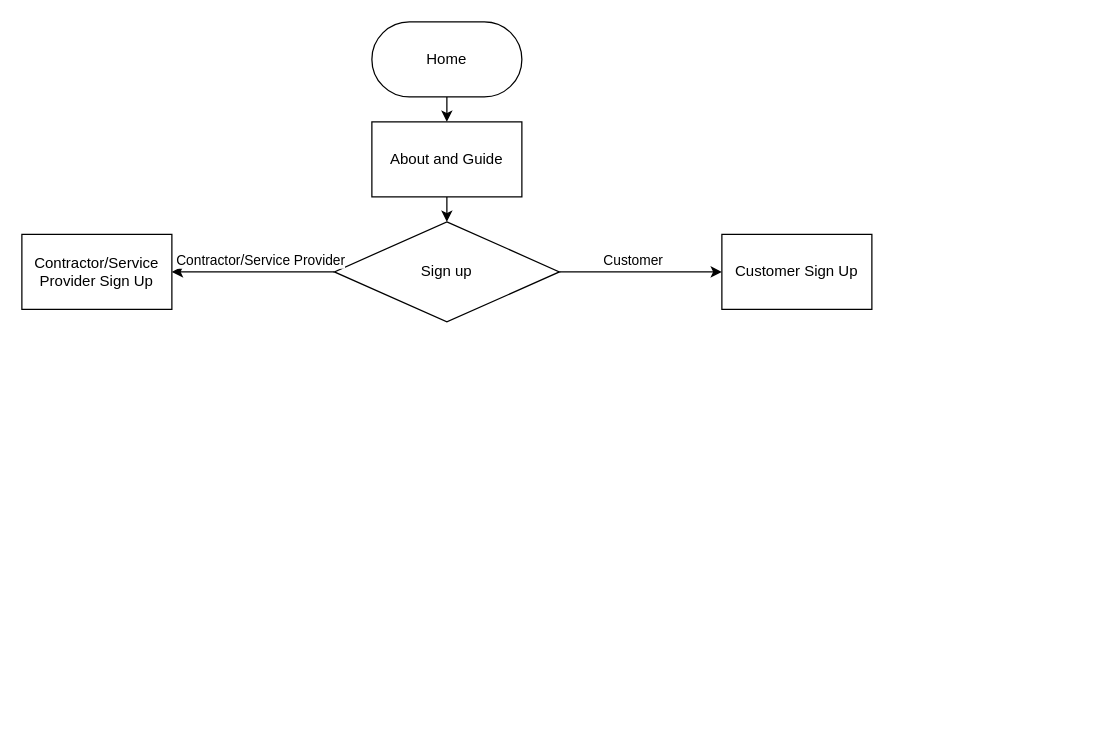
Before: WDT Flowchart.drawio in JussSelenite/JussSelenite, a draw.io diagram. Source tidied: cells renumbered, new cells numbered last; positions are measured from the earlier drawing's top-left corner, leaving out a move shared by most shapes. Both pictures are drawn from the tidied source at 125%, with x=0, y=0 at pixel (21, 21).
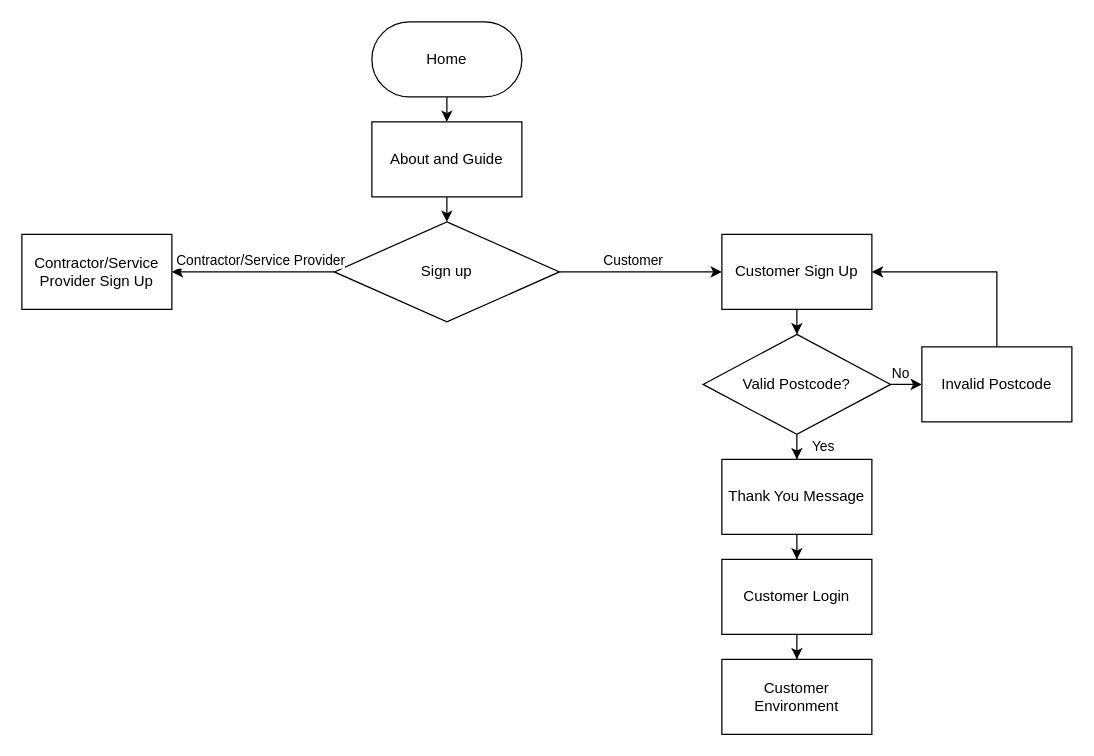
Above is the later version.

Unchanged cells that the change refers to:
```xml
<mxCell id="5" value="Customer Sign Up" style="rounded=0;whiteSpace=wrap;html=1;" parent="1" vertex="1">
  <mxGeometry x="560" y="170" width="120" height="60" as="geometry" />
</mxCell>
```

What changed in the source:
```diff
@@
+    <mxCell id="13" style="edgeStyle=orthogonalEdgeStyle;rounded=0;jettySize=auto;html=1;" parent="1" edge="1" source="5" target="18">
+      <mxGeometry relative="1" as="geometry" />
+    </mxCell>
@@
+    <mxCell id="14" style="edgeStyle=orthogonalEdgeStyle;rounded=0;jettySize=auto;html=1;" parent="1" edge="1" source="18" target="19">
+      <mxGeometry relative="1" as="geometry" />
+    </mxCell>
+    <mxCell id="15" value="No" style="edgeLabel;html=1;align=center;verticalAlign=middle;" parent="14" vertex="1">
+      <mxGeometry x="0.36" relative="1" as="geometry">
+        <mxPoint y="-10" as="offset" />
+      </mxGeometry>
+    </mxCell>
+    <mxCell id="16" style="edgeStyle=orthogonalEdgeStyle;rounded=0;jettySize=auto;html=1;" parent="1" edge="1" source="18" target="22">
+      <mxGeometry relative="1" as="geometry" />
+    </mxCell>
+    <mxCell id="17" value="Yes" style="edgeLabel;html=1;align=center;verticalAlign=middle;" parent="16" vertex="1">
+      <mxGeometry x="0.64" y="-1" relative="1" as="geometry">
+        <mxPoint x="21" as="offset" />
+      </mxGeometry>
+    </mxCell>
+    <mxCell id="18" value="Valid Postcode?" style="rhombus;whiteSpace=wrap;html=1;" parent="1" vertex="1">
+      <mxGeometry x="545" y="250" width="150" height="80" as="geometry" />
+    </mxCell>
+    <mxCell id="19" value="Invalid Postcode" style="rounded=0;whiteSpace=wrap;html=1;" parent="1" vertex="1">
+      <mxGeometry x="720" y="260" width="120" height="60" as="geometry" />
+    </mxCell>
+    <mxCell id="20" style="endArrow=classic;html=1;rounded=0;entryX=1;entryY=0.5;entryDx=0;entryDy=0;exitX=0.5;exitY=0;exitDx=0;exitDy=0;" parent="1" edge="1" source="19" target="5">
+      <mxGeometry relative="1" as="geometry">
+        <Array as="points">
+          <mxPoint x="780" y="200" />
+        </Array>
+      </mxGeometry>
+    </mxCell>
+    <mxCell id="21" style="edgeStyle=orthogonalEdgeStyle;rounded=0;jettySize=auto;html=1;" parent="1" edge="1" source="22" target="24">
+      <mxGeometry relative="1" as="geometry" />
+    </mxCell>
+    <mxCell id="22" value="Thank You Message" style="rounded=0;whiteSpace=wrap;html=1;" parent="1" vertex="1">
+      <mxGeometry x="560" y="350" width="120" height="60" as="geometry" />
+    </mxCell>
+    <mxCell id="23" style="edgeStyle=orthogonalEdgeStyle;rounded=0;jettySize=auto;html=1;" parent="1" edge="1" source="24" target="25">
+      <mxGeometry relative="1" as="geometry" />
+    </mxCell>
+    <mxCell id="24" value="Customer Login" style="rounded=0;whiteSpace=wrap;html=1;" parent="1" vertex="1">
+      <mxGeometry x="560" y="430" width="120" height="60" as="geometry" />
+    </mxCell>
+    <mxCell id="25" value="Customer Environment" style="rounded=0;whiteSpace=wrap;html=1;" parent="1" vertex="1">
+      <mxGeometry x="560" y="510" width="120" height="60" as="geometry" />
+    </mxCell>
```
